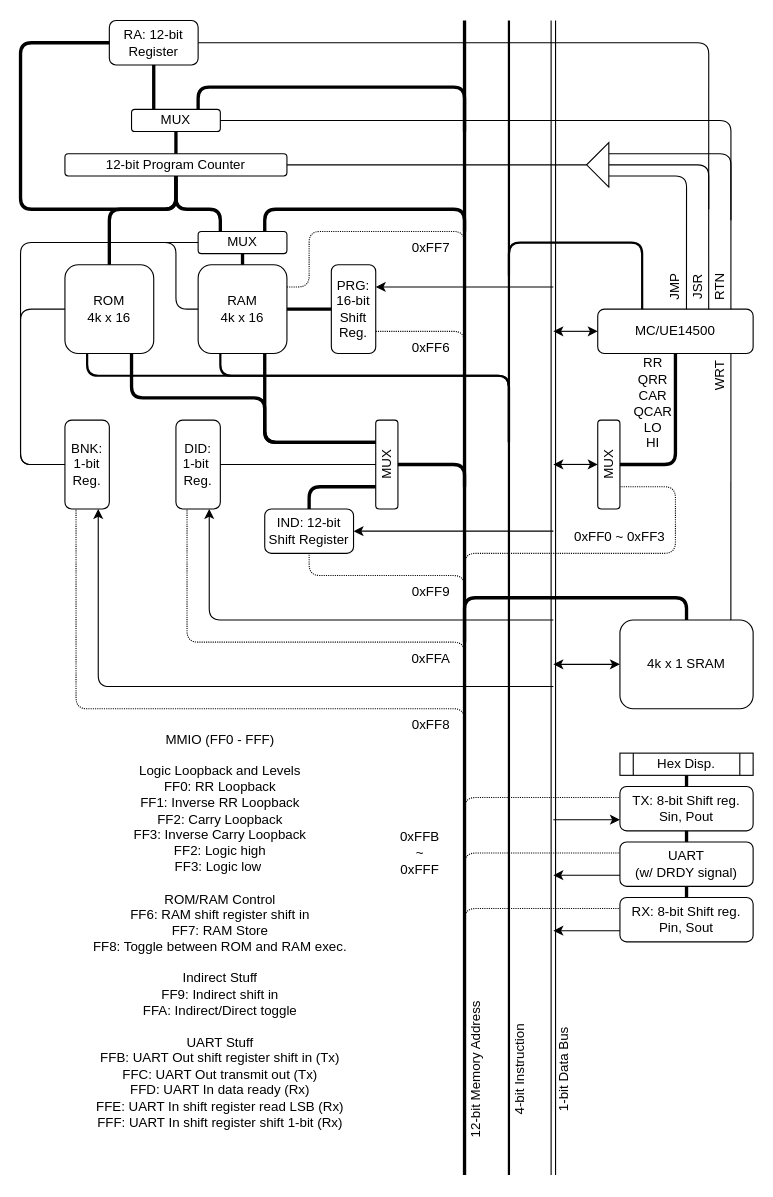
Earlier version of the draw.io diagram Reference/Arch_9.drawio (Nakazoto/UETTL). Source tidied: cells renumbered, new cells numbered last; positions are measured from the earlier drawing's top-left corner, leaving out a move shared by most shapes. Both pictures are drawn from the tidied source at 111%, with x=0, y=0 at pixel (20, 20).
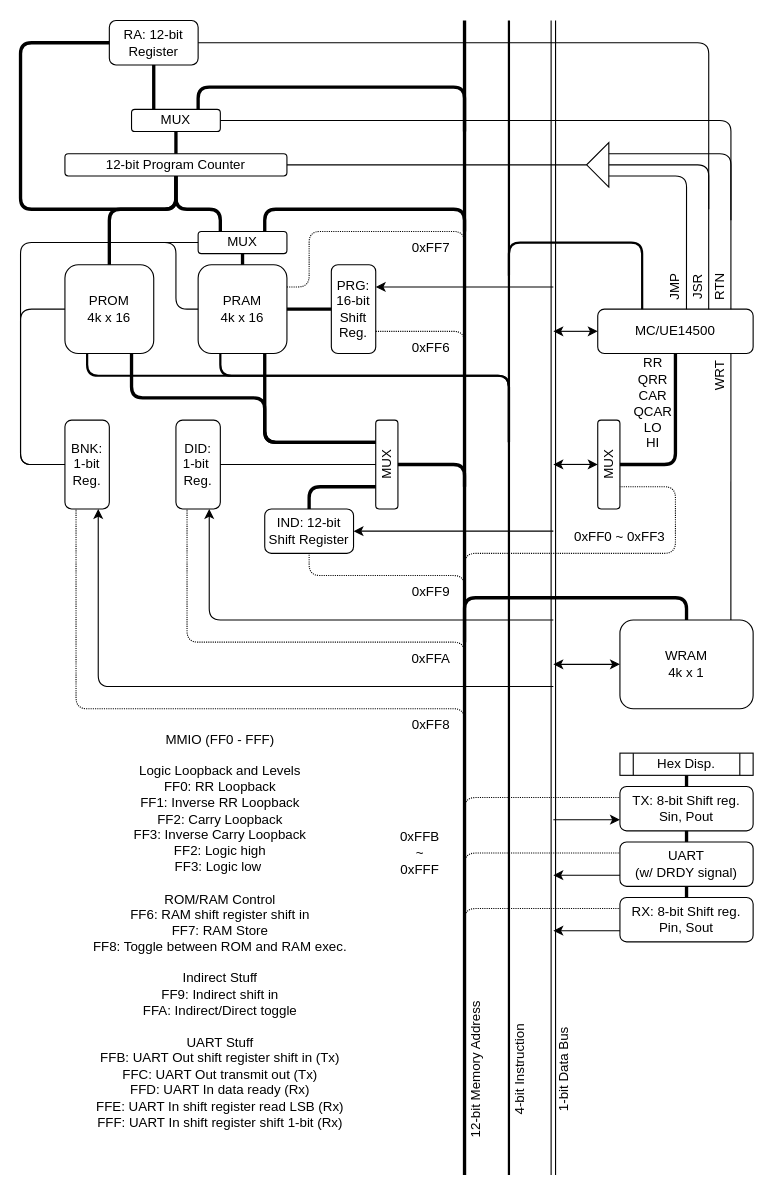
The same diagram, later.

What changed in the source:
```diff
@@
-    <mxCell id="3" value="ROM&lt;br&gt;4k x 16" style="rounded=1;whiteSpace=wrap;html=1;" parent="1" vertex="1">
+    <mxCell id="3" value="PROM&lt;br&gt;4k x 16" style="rounded=1;whiteSpace=wrap;html=1;" parent="1" vertex="1">
       <mxGeometry x="40" y="220" width="80" height="80" as="geometry" />
     </mxCell>
-    <mxCell id="4" value="RAM&lt;br&gt;4k x 16" style="rounded=1;whiteSpace=wrap;html=1;" parent="1" vertex="1">
+    <mxCell id="4" value="PRAM&lt;br&gt;4k x 16" style="rounded=1;whiteSpace=wrap;html=1;" parent="1" vertex="1">
       <mxGeometry x="160" y="220" width="80" height="80" as="geometry" />
     </mxCell>
@@
-    <mxCell id="64" value="4k x 1 SRAM" style="rounded=1;whiteSpace=wrap;html=1;" parent="1" vertex="1">
+    <mxCell id="64" value="WRAM &lt;br&gt;4k x 1" style="rounded=1;whiteSpace=wrap;html=1;" parent="1" vertex="1">
       <mxGeometry x="540" y="540" width="120" height="80" as="geometry" />
     </mxCell>
```
